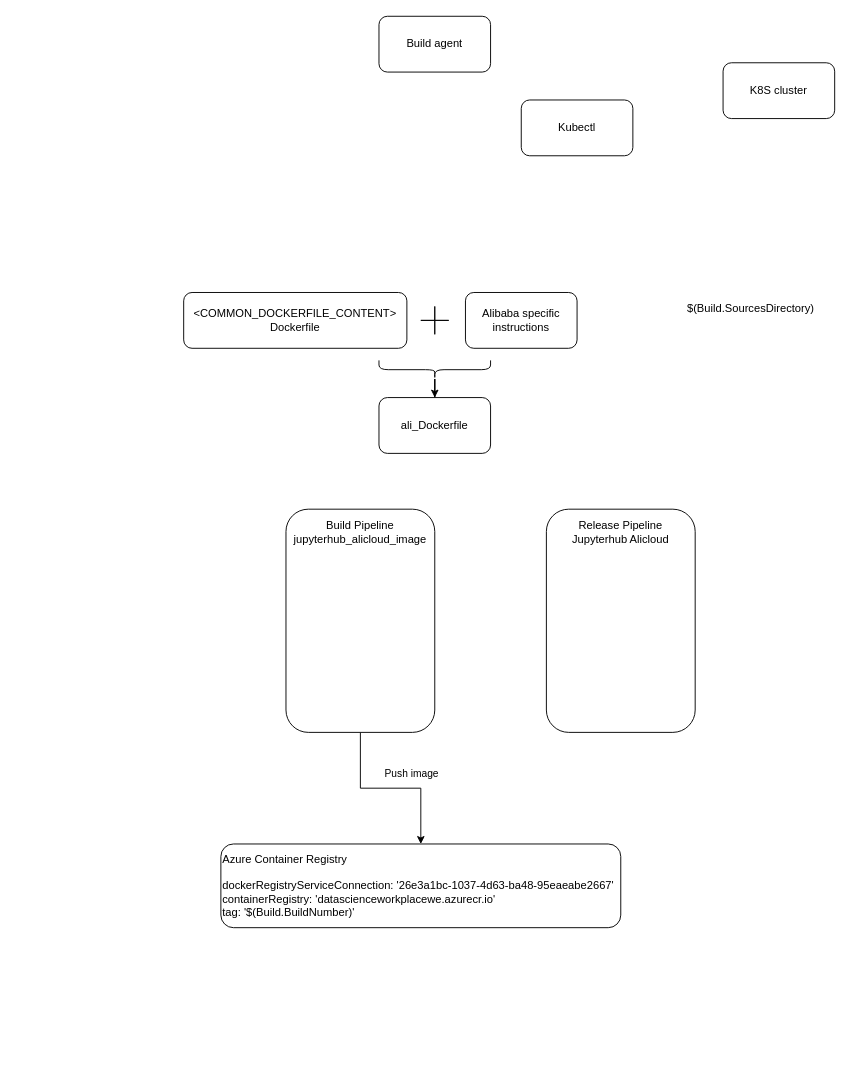
This is azuredevops.drawio from huangdgm/webstore-v2.0, a draw.io file, before an edit. Source tidied: cells renumbered, new cells numbered last; positions are measured from the earlier drawing's top-left corner, leaving out a move shared by most shapes. Both pictures are drawn from the tidied source at 93%, with x=0, y=0 at pixel (183, 16).
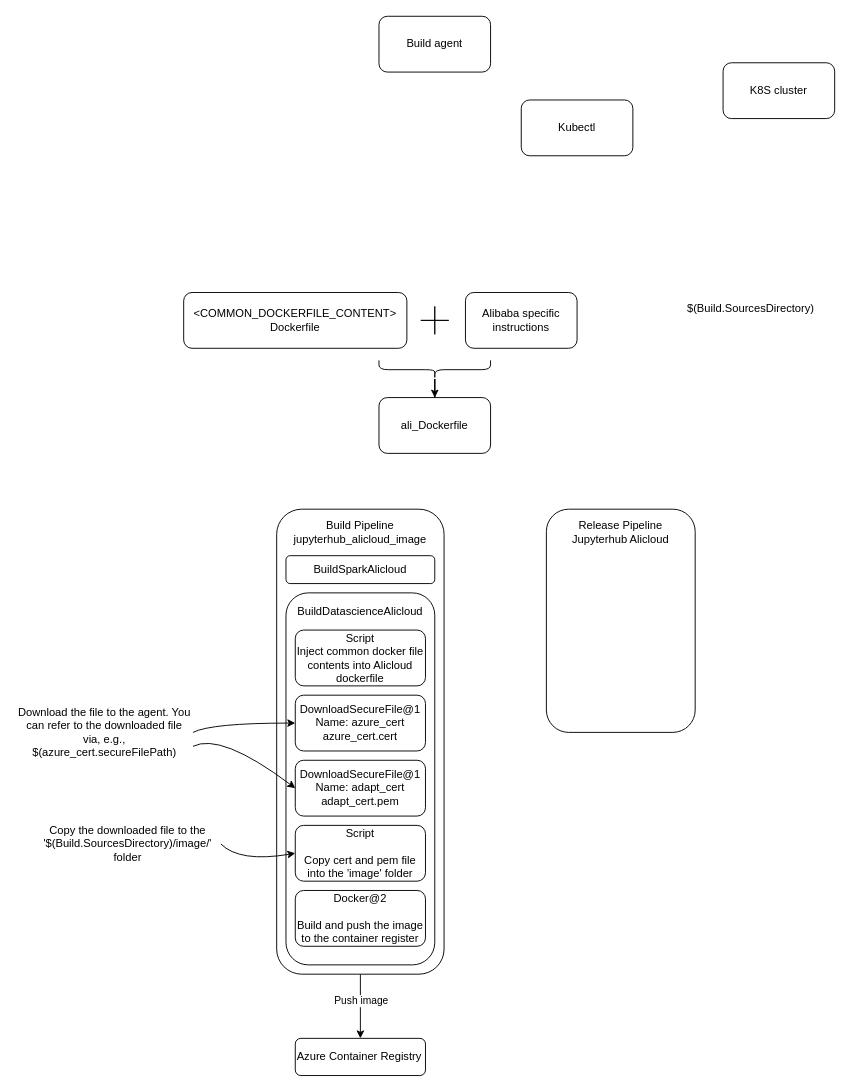
The same diagram, later.

The edit, as a diff of the source:
```diff
@@
     <mxCell id="10" style="rounded=1;whiteSpace=wrap;html=1;" parent="1" vertex="1">
-      <mxGeometry x="110" y="530" width="160" height="240" as="geometry" />
+      <mxGeometry x="100" y="530" width="180" height="500" as="geometry" />
     </mxCell>
@@
-    <mxCell id="17" value="Azure Container Registry&lt;br&gt;&lt;br&gt;dockerRegistryServiceConnection: '26e3a1bc-1037-4d63-ba48-95eaeabe2667'&lt;br&gt;&lt;div&gt;containerRegistry: 'datascienceworkplacewe.azurecr.io'&lt;/div&gt;&lt;div&gt;&lt;span&gt;tag: '$(Build.BuildNumber)'&lt;/span&gt;&lt;/div&gt;" style="rounded=1;whiteSpace=wrap;html=1;align=left;" parent="1" vertex="1">
-      <mxGeometry x="40" y="890" width="430" height="90" as="geometry" />
+    <mxCell id="17" value="Azure Container Registry" style="rounded=1;whiteSpace=wrap;html=1;align=left;" parent="1" vertex="1">
+      <mxGeometry x="120" y="1099" width="140" height="40" as="geometry" />
     </mxCell>
@@
+    <mxCell id="19" value="BuildSparkAlicloud" style="rounded=1;whiteSpace=wrap;html=1;" parent="1" vertex="1">
+      <mxGeometry x="110" y="580" width="160" height="30" as="geometry" />
+    </mxCell>
+    <mxCell id="20" style="rounded=1;whiteSpace=wrap;html=1;" parent="1" vertex="1">
+      <mxGeometry x="110" y="620" width="160" height="400" as="geometry" />
+    </mxCell>
+    <mxCell id="21" value="BuildDatascienceAlicloud" style="text;html=1;strokeColor=none;fillColor=none;align=center;verticalAlign=middle;whiteSpace=wrap;rounded=0;" parent="1" vertex="1">
+      <mxGeometry x="170" y="630" width="40" height="20" as="geometry" />
+    </mxCell>
+    <mxCell id="22" value="Script&lt;br&gt;Inject common docker file contents into Alicloud dockerfile" style="rounded=1;whiteSpace=wrap;html=1;" parent="1" vertex="1">
+      <mxGeometry x="120" y="660" width="140" height="60" as="geometry" />
+    </mxCell>
+    <mxCell id="23" value="DownloadSecureFile@1&lt;br&gt;Name: azure_cert&lt;br&gt;azure_cert.cert" style="rounded=1;whiteSpace=wrap;html=1;" parent="1" vertex="1">
+      <mxGeometry x="120" y="730" width="140" height="60" as="geometry" />
+    </mxCell>
+    <mxCell id="24" value="DownloadSecureFile@1&lt;br&gt;Name: adapt_cert&lt;br&gt;adapt_cert.pem" style="rounded=1;whiteSpace=wrap;html=1;" parent="1" vertex="1">
+      <mxGeometry x="120" y="800" width="140" height="60" as="geometry" />
+    </mxCell>
+    <mxCell id="25" value="Script&lt;br&gt;&lt;br&gt;Copy cert and pem file into the 'image' folder" style="rounded=1;whiteSpace=wrap;html=1;" parent="1" vertex="1">
+      <mxGeometry x="120" y="870" width="140" height="60" as="geometry" />
+    </mxCell>
+    <mxCell id="26" value="Docker@2&lt;br&gt;&lt;br&gt;Build and push the image to the container register" style="rounded=1;whiteSpace=wrap;html=1;" parent="1" vertex="1">
+      <mxGeometry x="120" y="940" width="140" height="60" as="geometry" />
+    </mxCell>
+    <mxCell id="27" value="Download the file to the agent. You can refer to the downloaded file via, e.g., $(azure_cert.secureFilePath)" style="text;html=1;strokeColor=none;fillColor=none;align=center;verticalAlign=middle;whiteSpace=wrap;rounded=0;" parent="1" vertex="1">
+      <mxGeometry x="-180" y="740" width="190" height="60" as="geometry" />
+    </mxCell>
+    <mxCell id="28" style="curved=1;endArrow=classic;html=1;exitX=1;exitY=0.5;exitDx=0;exitDy=0;entryX=0;entryY=0.5;entryDx=0;entryDy=0;" parent="1" edge="1" source="27" target="23">
+      <mxGeometry relative="1" as="geometry">
+        <Array as="points">
+          <mxPoint x="30" y="760" />
+        </Array>
+      </mxGeometry>
+    </mxCell>
+    <mxCell id="29" style="curved=1;endArrow=classic;html=1;exitX=1;exitY=0.75;exitDx=0;exitDy=0;entryX=0;entryY=0.5;entryDx=0;entryDy=0;" parent="1" edge="1" source="27" target="24">
+      <mxGeometry relative="1" as="geometry">
+        <Array as="points">
+          <mxPoint x="40" y="770" />
+        </Array>
+      </mxGeometry>
+    </mxCell>
+    <mxCell id="30" value="Copy the downloaded file to the '$(Build.SourcesDirectory)/image/' folder" style="text;html=1;strokeColor=none;fillColor=none;align=center;verticalAlign=middle;whiteSpace=wrap;rounded=0;" parent="1" vertex="1">
+      <mxGeometry x="-160" y="870" width="200" height="40" as="geometry" />
+    </mxCell>
+    <mxCell id="31" style="curved=1;endArrow=classic;html=1;exitX=1;exitY=0.5;exitDx=0;exitDy=0;entryX=0;entryY=0.5;entryDx=0;entryDy=0;" parent="1" edge="1" source="30" target="25">
+      <mxGeometry relative="1" as="geometry">
+        <Array as="points">
+          <mxPoint x="60" y="910" />
+        </Array>
+      </mxGeometry>
+    </mxCell>
```
